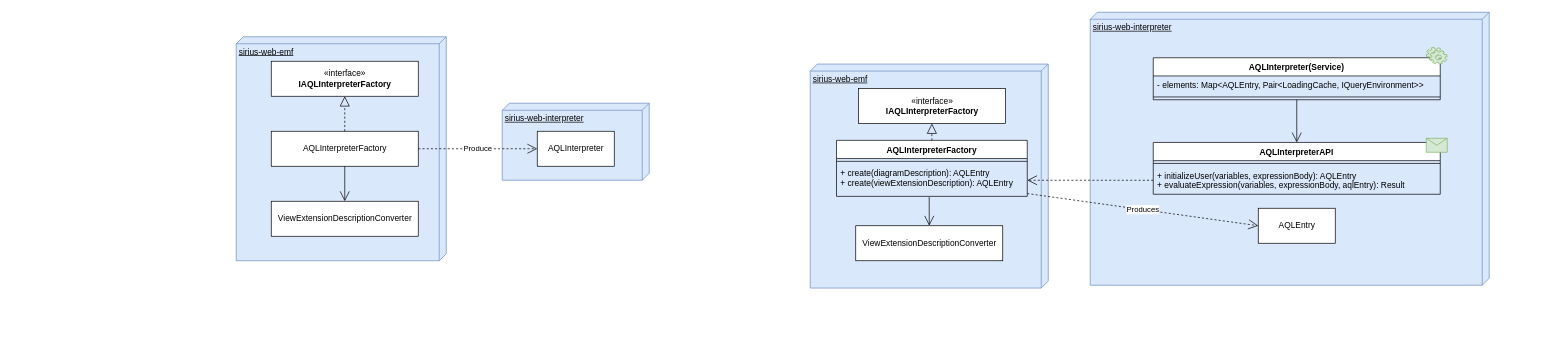
This is page "AQL_interpreter_dependancies" (2 of 2) of sirius_organisation.drawio from rbelafia/sirius-components, a draw.io file, before an edit. Source tidied: cells renumbered, new cells numbered last; positions are measured from the earlier drawing's top-left corner, leaving out a move shared by most shapes. Both pictures are drawn from the tidied source at 70%, with x=0, y=0 at pixel (236, 12).
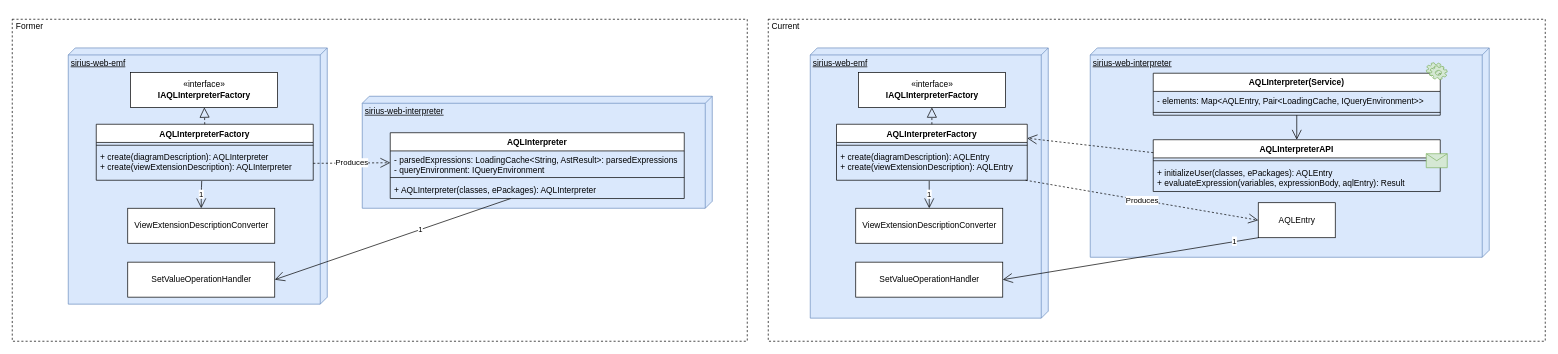
The same page after the edit.

Commit message:
Updated former AQL-interpreter

The change refers to these unchanged cells:
```xml
<mxCell id="27" value="+ create(diagramDescription): AQLEntry&#10;+ create(viewExtensionDescription): AQLEntry&#10;" style="text;strokeColor=none;fillColor=none;align=left;verticalAlign=top;spacingLeft=4;spacingRight=4;overflow=hidden;points=[[0,0.5],[1,0.5]];portConstraint=eastwest;" parent="25" vertex="1">
  <mxGeometry y="34" width="272.5" height="46" as="geometry" />
</mxCell>
```

Diff of the diagram source:
```diff
@@
-    <mxCell id="2" value="sirius-web-interpreter" style="verticalAlign=top;align=left;spacingTop=8;spacingLeft=2;spacingRight=12;shape=cube;size=10;direction=south;fontStyle=4;html=1;fillColor=#dae8fc;strokeColor=#6c8ebf;" parent="1" vertex="1">
-      <mxGeometry x="380" y="130" width="210" height="110" as="geometry" />
-    </mxCell>
-    <mxCell id="3" value="sirius-web-emf" style="verticalAlign=top;align=left;spacingTop=8;spacingLeft=2;spacingRight=12;shape=cube;size=10;direction=south;fontStyle=4;html=1;fillColor=#dae8fc;strokeColor=#6c8ebf;" parent="1" vertex="1">
-      <mxGeometry y="35" width="300" height="320" as="geometry" />
-    </mxCell>
-    <mxCell id="4" value="AQLInterpreter" style="html=1;" parent="1" vertex="1">
-      <mxGeometry x="430" y="170" width="110" height="50" as="geometry" />
-    </mxCell>
-    <mxCell id="5" value="AQLInterpreterFactory" style="html=1;" parent="1" vertex="1">
-      <mxGeometry x="50" y="170" width="210" height="50" as="geometry" />
-    </mxCell>
-    <mxCell id="6" value="Produce" style="endArrow=open;endSize=12;dashed=1;html=1;entryX=0;entryY=0.5;entryDx=0;entryDy=0;" parent="1" edge="1" source="5" target="4">
-      <mxGeometry relative="1" as="geometry" />
-    </mxCell>
-    <mxCell id="7" value="«interface»&lt;br&gt;&lt;b&gt;IAQLInterpreterFactory&lt;/b&gt;" style="html=1;" parent="1" vertex="1">
-      <mxGeometry x="50" y="70" width="210" height="50" as="geometry" />
-    </mxCell>
-    <mxCell id="8" style="endArrow=block;dashed=1;endFill=0;endSize=12;html=1;exitX=0.5;exitY=0;exitDx=0;exitDy=0;entryX=0.5;entryY=1;entryDx=0;entryDy=0;" parent="1" edge="1" source="5" target="7">
-      <mxGeometry relative="1" as="geometry" />
-    </mxCell>
-    <mxCell id="9" value="ViewExtensionDescriptionConverter" style="html=1;" parent="1" vertex="1">
-      <mxGeometry x="50" y="270" width="210" height="50" as="geometry" />
-    </mxCell>
-    <mxCell id="10" style="endArrow=open;endFill=1;endSize=12;html=1;exitX=0.5;exitY=1;exitDx=0;exitDy=0;entryX=0.5;entryY=0;entryDx=0;entryDy=0;" parent="1" edge="1" source="5" target="9">
-      <mxGeometry relative="1" as="geometry" />
-    </mxCell>
+    <mxCell id="32" style="rounded=0;whiteSpace=wrap;html=1;fillColor=none;dashed=1;" parent="1" vertex="1">
+      <mxGeometry x="-320" y="10" width="1050" height="460" as="geometry" />
+    </mxCell>
     <mxCell id="11" value="sirius-web-interpreter" style="verticalAlign=top;align=left;spacingTop=8;spacingLeft=2;spacingRight=12;shape=cube;size=10;direction=south;fontStyle=4;html=1;fillColor=#dae8fc;strokeColor=#6c8ebf;" parent="1" vertex="1">
-      <mxGeometry x="1220" width="570" height="390" as="geometry" />
+      <mxGeometry x="1220" y="51" width="570" height="299" as="geometry" />
     </mxCell>
     <mxCell id="12" value="sirius-web-emf" style="verticalAlign=top;align=left;spacingTop=8;spacingLeft=2;spacingRight=12;shape=cube;size=10;direction=south;fontStyle=4;html=1;fillColor=#dae8fc;strokeColor=#6c8ebf;" parent="1" vertex="1">
-      <mxGeometry x="820" y="74" width="340" height="320" as="geometry" />
+      <mxGeometry x="820" y="51" width="340" height="386" as="geometry" />
     </mxCell>
     <mxCell id="13" value="«interface»&lt;br&gt;&lt;b&gt;IAQLInterpreterFactory&lt;/b&gt;" style="html=1;" parent="1" vertex="1">
-      <mxGeometry x="888.8" y="109" width="210" height="50" as="geometry" />
+      <mxGeometry x="888.8" y="86" width="210" height="50" as="geometry" />
     </mxCell>
     <mxCell id="14" value="ViewExtensionDescriptionConverter" style="html=1;" parent="1" vertex="1">
-      <mxGeometry x="885" y="305" width="210" height="50" as="geometry" />
+      <mxGeometry x="885" y="280" width="210" height="50" as="geometry" />
     </mxCell>
     <mxCell id="15" value="AQLInterpreterAPI" style="swimlane;fontStyle=1;align=center;verticalAlign=top;horizontal=1;startSize=26;" parent="1" vertex="1">
-      <mxGeometry x="1310" y="186" width="410" height="74" as="geometry" />
+      <mxGeometry x="1310" y="182.1" width="410" height="74" as="geometry" />
     </mxCell>
@@
-    <mxCell id="17" value="+ initializeUser(variables, expressionBody): AQLEntry&#10;+ evaluateExpression(variables, expressionBody, aqlEntry): Result" style="text;strokeColor=none;fillColor=none;align=left;verticalAlign=top;spacingLeft=4;spacingRight=4;overflow=hidden;points=[[0,0.5],[1,0.5]];portConstraint=eastwest;" parent="15" vertex="1">
+    <mxCell id="17" value="+ initializeUser(classes, ePackages): AQLEntry&#10;+ evaluateExpression(variables, expressionBody, aqlEntry): Result" style="text;strokeColor=none;fillColor=none;align=left;verticalAlign=top;spacingLeft=4;spacingRight=4;overflow=hidden;points=[[0,0.5],[1,0.5]];portConstraint=eastwest;" parent="15" vertex="1">
       <mxGeometry y="34" width="410" height="40" as="geometry" />
     </mxCell>
     <mxCell id="18" value="AQLInterpreter(Service)" style="swimlane;fontStyle=1;align=center;verticalAlign=top;horizontal=1;startSize=26;" parent="1" vertex="1">
-      <mxGeometry x="1310" y="65" width="410" height="60" as="geometry" />
+      <mxGeometry x="1310" y="87.1" width="410" height="60" as="geometry" />
     </mxCell>
@@
     <mxCell id="22" style="shape=message;html=1;whiteSpace=wrap;html=1;fillColor=#d5e8d4;strokeColor=#82b366;" parent="1" vertex="1">
-      <mxGeometry x="1700" y="180" width="30" height="20" as="geometry" />
+      <mxGeometry x="1700" y="202.1" width="30" height="20" as="geometry" />
     </mxCell>
     <mxCell id="23" style="shape=mxgraph.bpmn.service_task;html=1;fillColor=#d5e8d4;strokeColor=#82b366;" parent="1" vertex="1">
-      <mxGeometry x="1700" y="50" width="30" height="24" as="geometry" />
+      <mxGeometry x="1700" y="72.1" width="30" height="24" as="geometry" />
     </mxCell>
     <mxCell id="24" value="AQLEntry" style="html=1;" parent="1" vertex="1">
-      <mxGeometry x="1460" y="280" width="110" height="50" as="geometry" />
+      <mxGeometry x="1460" y="272.1" width="110" height="50" as="geometry" />
     </mxCell>
     <mxCell id="25" value="AQLInterpreterFactory" style="swimlane;fontStyle=1;align=center;verticalAlign=top;horizontal=1;startSize=26;" parent="1" vertex="1">
-      <mxGeometry x="857.5" y="183" width="272.5" height="80" as="geometry" />
+      <mxGeometry x="857.5" y="160" width="272.5" height="80" as="geometry" />
     </mxCell>
@@
-    <mxCell id="29" style="endArrow=open;endFill=1;endSize=12;html=1;exitX=0.486;exitY=1.022;exitDx=0;exitDy=0;exitPerimeter=0;entryX=0.5;entryY=0;entryDx=0;entryDy=0;" parent="1" edge="1" source="27" target="14">
+    <mxCell id="29" value="1" style="endArrow=open;endFill=1;endSize=12;html=1;exitX=0.486;exitY=1.022;exitDx=0;exitDy=0;exitPerimeter=0;entryX=0.5;entryY=0;entryDx=0;entryDy=0;" parent="1" edge="1" source="27" target="14">
       <mxGeometry relative="1" as="geometry" />
     </mxCell>
-    <mxCell id="30" style="endArrow=open;endFill=1;endSize=12;html=1;exitX=0;exitY=0.5;exitDx=0;exitDy=0;dashed=1;" parent="1" edge="1" source="17" target="27">
+    <mxCell id="30" style="endArrow=open;endFill=1;endSize=12;html=1;dashed=1;exitX=0;exitY=0.25;exitDx=0;exitDy=0;entryX=1;entryY=0.25;entryDx=0;entryDy=0;" parent="1" edge="1" source="15" target="25">
       <mxGeometry relative="1" as="geometry" />
     </mxCell>
@@
+    <mxCell id="2" value="sirius-web-interpreter" style="verticalAlign=top;align=left;spacingTop=8;spacingLeft=2;spacingRight=12;shape=cube;size=10;direction=south;fontStyle=4;html=1;fillColor=#dae8fc;strokeColor=#6c8ebf;" parent="1" vertex="1">
+      <mxGeometry x="180" y="120" width="500" height="160" as="geometry" />
+    </mxCell>
+    <mxCell id="3" value="sirius-web-emf" style="verticalAlign=top;align=left;spacingTop=8;spacingLeft=2;spacingRight=12;shape=cube;size=10;direction=south;fontStyle=4;html=1;fillColor=#dae8fc;strokeColor=#6c8ebf;" parent="1" vertex="1">
+      <mxGeometry x="-240" y="51" width="370" height="366" as="geometry" />
+    </mxCell>
+    <mxCell id="7" value="«interface»&lt;br&gt;&lt;b&gt;IAQLInterpreterFactory&lt;/b&gt;" style="html=1;" parent="1" vertex="1">
+      <mxGeometry x="-151.2" y="86" width="210" height="50" as="geometry" />
+    </mxCell>
+    <mxCell id="9" value="ViewExtensionDescriptionConverter" style="html=1;" parent="1" vertex="1">
+      <mxGeometry x="-155" y="280" width="210" height="50" as="geometry" />
+    </mxCell>
+    <mxCell id="5" value="AQLInterpreterFactory" style="swimlane;fontStyle=1;align=center;verticalAlign=top;horizontal=1;startSize=26;" parent="1" vertex="1">
+      <mxGeometry x="-200" y="160" width="310" height="80" as="geometry" />
+    </mxCell>
+    <mxCell id="33" style="line;strokeWidth=1;fillColor=none;align=left;verticalAlign=middle;spacingTop=-1;spacingLeft=3;spacingRight=3;labelPosition=right;" parent="5" vertex="1">
+      <mxGeometry y="26" width="310" height="8" as="geometry" />
+    </mxCell>
+    <mxCell id="34" value="+ create(diagramDescription): AQLInterpreter&#10;+ create(viewExtensionDescription): AQLInterpreter&#10;" style="text;strokeColor=none;fillColor=none;align=left;verticalAlign=top;spacingLeft=4;spacingRight=4;overflow=hidden;points=[[0,0.5],[1,0.5]];portConstraint=eastwest;" parent="5" vertex="1">
+      <mxGeometry y="34" width="310" height="46" as="geometry" />
+    </mxCell>
+    <mxCell id="8" style="endArrow=block;dashed=1;endFill=0;endSize=12;html=1;exitX=0.5;exitY=0;exitDx=0;exitDy=0;" parent="1" edge="1" source="5" target="7">
+      <mxGeometry relative="1" as="geometry" />
+    </mxCell>
+    <mxCell id="35" value="1" style="endArrow=open;endFill=1;endSize=12;html=1;exitX=0.486;exitY=1.022;exitDx=0;exitDy=0;exitPerimeter=0;entryX=0.5;entryY=0;entryDx=0;entryDy=0;" parent="1" edge="1" source="34" target="9">
+      <mxGeometry relative="1" as="geometry">
+        <Array as="points">
+          <mxPoint x="-50" y="260" />
+        </Array>
+      </mxGeometry>
+    </mxCell>
+    <mxCell id="36" value="&lt;div&gt;Produces&lt;/div&gt;" style="endArrow=open;endSize=12;dashed=1;html=1;entryX=0;entryY=0.5;entryDx=0;entryDy=0;" parent="1" edge="1" source="34">
+      <mxGeometry relative="1" as="geometry">
+        <mxPoint x="220" y="215" as="targetPoint" />
+      </mxGeometry>
+    </mxCell>
+    <mxCell id="37" value="SetValueOperationHandler" style="html=1;" parent="1" vertex="1">
+      <mxGeometry x="-155" y="357" width="210" height="50" as="geometry" />
+    </mxCell>
+    <mxCell id="38" value="SetValueOperationHandler" style="html=1;" parent="1" vertex="1">
+      <mxGeometry x="885" y="357" width="210" height="50" as="geometry" />
+    </mxCell>
+    <mxCell id="39" style="endArrow=open;endFill=1;endSize=12;html=1;exitX=0;exitY=1;exitDx=0;exitDy=0;entryX=1;entryY=0.5;entryDx=0;entryDy=0;exitPerimeter=0;" parent="1" edge="1" source="24" target="38">
+      <mxGeometry relative="1" as="geometry" />
+    </mxCell>
+    <mxCell id="40" value="1" style="edgeLabel;html=1;align=center;verticalAlign=middle;" parent="39" vertex="1">
+      <mxGeometry x="-0.81" y="-1" relative="1" as="geometry" />
+    </mxCell>
+    <mxCell id="41" style="endArrow=open;endFill=1;endSize=12;html=1;entryX=1;entryY=0.5;entryDx=0;entryDy=0;" parent="1" edge="1" source="45" target="37">
+      <mxGeometry relative="1" as="geometry" />
+    </mxCell>
+    <mxCell id="42" value="1" style="edgeLabel;html=1;align=center;verticalAlign=middle;" parent="41" vertex="1">
+      <mxGeometry x="-0.23" y="-1" relative="1" as="geometry" />
+    </mxCell>
+    <mxCell id="4" value="AQLInterpreter" style="swimlane;fontStyle=1;align=center;verticalAlign=top;horizontal=1;startSize=26;" parent="1" vertex="1">
+      <mxGeometry x="220" y="172.1" width="420" height="94" as="geometry" />
+    </mxCell>
+    <mxCell id="43" value="- parsedExpressions: LoadingCache&lt;String, AstResult&gt;: parsedExpressions&#10;- queryEnvironment: IQueryEnvironment" style="text;strokeColor=none;fillColor=none;align=left;verticalAlign=top;spacingLeft=4;spacingRight=4;overflow=hidden;" parent="4" vertex="1">
+      <mxGeometry y="26" width="420" height="34" as="geometry" />
+    </mxCell>
+    <mxCell id="44" style="line;strokeWidth=1;fillColor=none;align=left;verticalAlign=middle;spacingTop=-1;spacingLeft=3;spacingRight=3;labelPosition=right;" parent="4" vertex="1">
+      <mxGeometry y="60" width="420" height="8" as="geometry" />
+    </mxCell>
+    <mxCell id="45" value="+ AQLInterpreter(classes, ePackages): AQLInterpreter" style="text;strokeColor=none;fillColor=none;align=left;verticalAlign=top;spacingLeft=4;spacingRight=4;overflow=hidden;points=[[0,0.5],[1,0.5]];portConstraint=eastwest;" parent="4" vertex="1">
+      <mxGeometry y="68" width="420" height="26" as="geometry" />
+    </mxCell>
+    <mxCell id="46" value="Former" style="text;html=1;strokeColor=none;fillColor=none;align=center;verticalAlign=middle;whiteSpace=wrap;rounded=0;dashed=1;" parent="1" vertex="1">
+      <mxGeometry x="-320" y="10" width="50" height="20" as="geometry" />
+    </mxCell>
+    <mxCell id="47" style="rounded=0;whiteSpace=wrap;html=1;fillColor=none;dashed=1;" parent="1" vertex="1">
+      <mxGeometry x="760" y="10" width="1110" height="460" as="geometry" />
+    </mxCell>
+    <mxCell id="48" value="Current" style="text;html=1;strokeColor=none;fillColor=none;align=center;verticalAlign=middle;whiteSpace=wrap;rounded=0;dashed=1;" parent="1" vertex="1">
+      <mxGeometry x="760" y="10" width="50" height="20" as="geometry" />
+    </mxCell>
```
